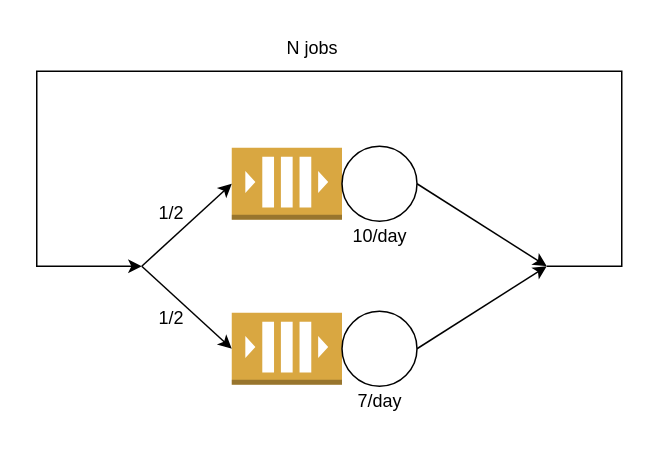
graveszhang/aics-columbia-s2018 keeps this draw.io diagram as Untitled Diagram.drawio. Above is the earlier version. Source tidied: cells renumbered, new cells numbered last; positions are measured from the earlier drawing's top-left corner, leaving out a move shared by most shapes. Both pictures are drawn from the tidied source at 150%, with x=0, y=0 at pixel (36, 26).
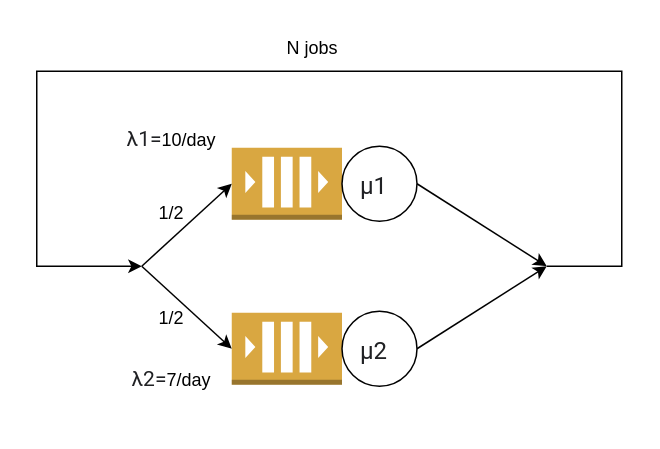
Above is the later version.

The edit, as a diff of the source:
```diff
@@
-    <mxCell id="5" value="10/day" style="text;html=1;strokeColor=none;fillColor=none;align=center;verticalAlign=middle;whiteSpace=wrap;rounded=0;" parent="1" vertex="1">
-      <mxGeometry x="198.5" y="125" width="60" height="30" as="geometry" />
+    <mxCell id="5" value="&lt;span style=&quot;color: rgb(32 , 33 , 36) ; font-family: &amp;#34;roboto&amp;#34; , &amp;#34;arial&amp;#34; , sans-serif ; font-size: 14px ; background-color: rgb(255 , 255 , 255)&quot;&gt;λ1=&lt;/span&gt;10/day" style="text;html=1;strokeColor=none;fillColor=none;align=center;verticalAlign=middle;whiteSpace=wrap;rounded=0;" parent="1" vertex="1">
+      <mxGeometry x="60" y="60" width="60" height="30" as="geometry" />
     </mxCell>
-    <mxCell id="6" value="7/day" style="text;html=1;strokeColor=none;fillColor=none;align=center;verticalAlign=middle;whiteSpace=wrap;rounded=0;" parent="1" vertex="1">
-      <mxGeometry x="198.5" y="235" width="60" height="30" as="geometry" />
+    <mxCell id="6" value="&lt;span style=&quot;color: rgb(32 , 33 , 36) ; font-family: &amp;#34;roboto&amp;#34; , &amp;#34;arial&amp;#34; , sans-serif ; font-size: 14px ; background-color: rgb(255 , 255 , 255)&quot;&gt;λ2=&lt;/span&gt;7/day" style="text;html=1;strokeColor=none;fillColor=none;align=center;verticalAlign=middle;whiteSpace=wrap;rounded=0;" parent="1" vertex="1">
+      <mxGeometry x="60" y="220" width="60" height="30" as="geometry" />
     </mxCell>
@@
+    <mxCell id="16" value="&lt;span style=&quot;color: rgb(32 , 33 , 36) ; font-family: &amp;#34;roboto&amp;#34; , &amp;#34;arial&amp;#34; , sans-serif ; font-size: 16px ; font-style: normal ; font-weight: 400 ; letter-spacing: normal ; text-indent: 0px ; text-transform: none ; word-spacing: 0px ; background-color: rgb(255 , 255 , 255) ; display: inline ; float: none&quot;&gt;μ1&lt;/span&gt;" style="text;whiteSpace=wrap;html=1;" parent="1" vertex="1">
+      <mxGeometry x="213.5" y="90" width="30" height="30" as="geometry" />
+    </mxCell>
+    <mxCell id="17" value="&lt;span style=&quot;color: rgb(32 , 33 , 36) ; font-family: &amp;#34;roboto&amp;#34; , &amp;#34;arial&amp;#34; , sans-serif ; font-size: 16px ; font-style: normal ; font-weight: 400 ; letter-spacing: normal ; text-indent: 0px ; text-transform: none ; word-spacing: 0px ; background-color: rgb(255 , 255 , 255) ; display: inline ; float: none&quot;&gt;μ2&lt;/span&gt;" style="text;whiteSpace=wrap;html=1;" parent="1" vertex="1">
+      <mxGeometry x="213.5" y="200" width="30" height="30" as="geometry" />
+    </mxCell>
```
